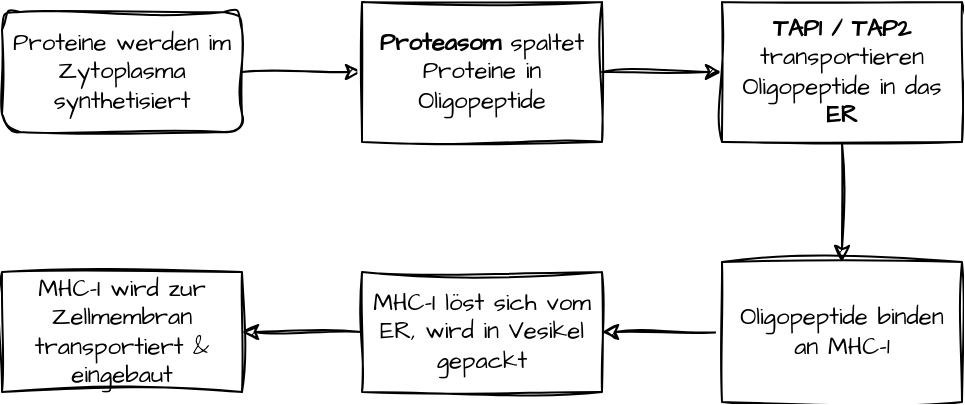
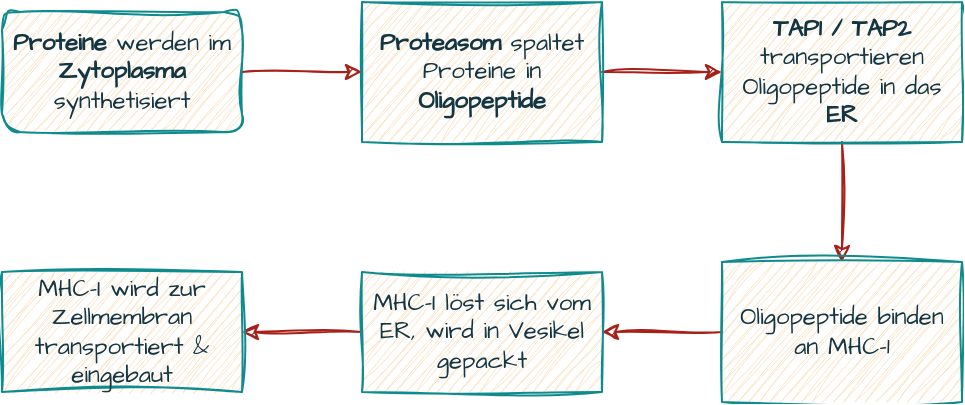
<mxfile host="app.diagrams.net">
  <diagram name="Seite-1" id="3T6dmeuWG0E3CaiEe-1n">
    <mxGraphModel dx="699" dy="434" grid="1" gridSize="10" guides="1" tooltips="1" connect="1" arrows="1" fold="1" page="1" pageScale="1" pageWidth="1169" pageHeight="1169" math="0" shadow="0">
      <root>
        <mxCell id="0" />
        <mxCell id="1" parent="0" />
-         <mxCell id="vtuHTFCv5K9JY3mDgwnT-8" edge="1" parent="1" source="vtuHTFCv5K9JY3mDgwnT-1" style="edgeStyle=orthogonalEdgeStyle;rounded=0;sketch=1;hachureGap=4;jiggle=2;curveFitting=1;orthogonalLoop=1;jettySize=auto;html=1;fontFamily=Architects Daughter;fontSource=https%3A%2F%2Ffonts.googleapis.com%2Fcss%3Ffamily%3DArchitects%2BDaughter;" target="vtuHTFCv5K9JY3mDgwnT-2">
+         <mxCell id="vtuHTFCv5K9JY3mDgwnT-8" edge="1" parent="1" source="vtuHTFCv5K9JY3mDgwnT-1" style="edgeStyle=orthogonalEdgeStyle;rounded=0;sketch=1;hachureGap=4;jiggle=2;curveFitting=1;orthogonalLoop=1;jettySize=auto;html=1;fontFamily=Architects Daughter;fontSource=https%3A%2F%2Ffonts.googleapis.com%2Fcss%3Ffamily%3DArchitects%2BDaughter;labelBackgroundColor=none;strokeColor=#A8201A;fontColor=default;" target="vtuHTFCv5K9JY3mDgwnT-2">
          <mxGeometry relative="1" as="geometry" />
        </mxCell>
-         <mxCell id="vtuHTFCv5K9JY3mDgwnT-1" parent="1" style="rounded=1;whiteSpace=wrap;html=1;sketch=1;hachureGap=4;jiggle=2;curveFitting=1;fontFamily=Architects Daughter;fontSource=https%3A%2F%2Ffonts.googleapis.com%2Fcss%3Ffamily%3DArchitects%2BDaughter;" value="Proteine werden im Zytoplasma synthetisiert" vertex="1">
+         <mxCell id="vtuHTFCv5K9JY3mDgwnT-1" parent="1" style="rounded=1;whiteSpace=wrap;html=1;sketch=1;hachureGap=4;jiggle=2;curveFitting=1;fontFamily=Architects Daughter;fontSource=https%3A%2F%2Ffonts.googleapis.com%2Fcss%3Ffamily%3DArchitects%2BDaughter;labelBackgroundColor=none;fillColor=#FAE5C7;strokeColor=#0F8B8D;fontColor=#143642;" value="&lt;b&gt;Proteine&lt;/b&gt; werden im &lt;b&gt;Zytoplasma&lt;/b&gt; synthetisiert" vertex="1">
          <mxGeometry height="60" width="120" x="170" y="130" as="geometry" />
        </mxCell>
-         <mxCell id="vtuHTFCv5K9JY3mDgwnT-9" edge="1" parent="1" source="vtuHTFCv5K9JY3mDgwnT-2" style="edgeStyle=orthogonalEdgeStyle;rounded=0;sketch=1;hachureGap=4;jiggle=2;curveFitting=1;orthogonalLoop=1;jettySize=auto;html=1;entryX=0;entryY=0.5;entryDx=0;entryDy=0;fontFamily=Architects Daughter;fontSource=https%3A%2F%2Ffonts.googleapis.com%2Fcss%3Ffamily%3DArchitects%2BDaughter;" target="vtuHTFCv5K9JY3mDgwnT-3">
+         <mxCell id="vtuHTFCv5K9JY3mDgwnT-9" edge="1" parent="1" source="vtuHTFCv5K9JY3mDgwnT-2" style="edgeStyle=orthogonalEdgeStyle;rounded=0;sketch=1;hachureGap=4;jiggle=2;curveFitting=1;orthogonalLoop=1;jettySize=auto;html=1;entryX=0;entryY=0.5;entryDx=0;entryDy=0;fontFamily=Architects Daughter;fontSource=https%3A%2F%2Ffonts.googleapis.com%2Fcss%3Ffamily%3DArchitects%2BDaughter;labelBackgroundColor=none;strokeColor=#A8201A;fontColor=default;" target="vtuHTFCv5K9JY3mDgwnT-3">
          <mxGeometry relative="1" as="geometry" />
        </mxCell>
-         <mxCell id="vtuHTFCv5K9JY3mDgwnT-2" parent="1" style="rounded=0;whiteSpace=wrap;html=1;sketch=1;hachureGap=4;jiggle=2;curveFitting=1;fontFamily=Architects Daughter;fontSource=https%3A%2F%2Ffonts.googleapis.com%2Fcss%3Ffamily%3DArchitects%2BDaughter;" value="&lt;b&gt;Proteasom&lt;/b&gt;&amp;nbsp;spaltet Proteine in Oligopeptide" vertex="1">
+         <mxCell id="vtuHTFCv5K9JY3mDgwnT-2" parent="1" style="rounded=0;whiteSpace=wrap;html=1;sketch=1;hachureGap=4;jiggle=2;curveFitting=1;fontFamily=Architects Daughter;fontSource=https%3A%2F%2Ffonts.googleapis.com%2Fcss%3Ffamily%3DArchitects%2BDaughter;labelBackgroundColor=none;fillColor=#FAE5C7;strokeColor=#0F8B8D;fontColor=#143642;" value="&lt;b&gt;Proteasom&lt;/b&gt;&amp;nbsp;spaltet Proteine in &lt;b&gt;Oligopeptide&lt;/b&gt;" vertex="1">
          <mxGeometry height="70" width="120" x="350" y="125" as="geometry" />
        </mxCell>
-         <mxCell id="vtuHTFCv5K9JY3mDgwnT-10" edge="1" parent="1" source="vtuHTFCv5K9JY3mDgwnT-3" style="edgeStyle=orthogonalEdgeStyle;rounded=0;sketch=1;hachureGap=4;jiggle=2;curveFitting=1;orthogonalLoop=1;jettySize=auto;html=1;fontFamily=Architects Daughter;fontSource=https%3A%2F%2Ffonts.googleapis.com%2Fcss%3Ffamily%3DArchitects%2BDaughter;" target="vtuHTFCv5K9JY3mDgwnT-5">
+         <mxCell id="vtuHTFCv5K9JY3mDgwnT-10" edge="1" parent="1" source="vtuHTFCv5K9JY3mDgwnT-3" style="edgeStyle=orthogonalEdgeStyle;rounded=0;sketch=1;hachureGap=4;jiggle=2;curveFitting=1;orthogonalLoop=1;jettySize=auto;html=1;fontFamily=Architects Daughter;fontSource=https%3A%2F%2Ffonts.googleapis.com%2Fcss%3Ffamily%3DArchitects%2BDaughter;labelBackgroundColor=none;strokeColor=#A8201A;fontColor=default;" target="vtuHTFCv5K9JY3mDgwnT-5">
          <mxGeometry relative="1" as="geometry" />
        </mxCell>
-         <mxCell id="vtuHTFCv5K9JY3mDgwnT-3" parent="1" style="whiteSpace=wrap;html=1;sketch=1;hachureGap=4;jiggle=2;curveFitting=1;fontFamily=Architects Daughter;fontSource=https%3A%2F%2Ffonts.googleapis.com%2Fcss%3Ffamily%3DArchitects%2BDaughter;" value="&lt;b&gt;TAP1 / TAP2 &lt;/b&gt;transportieren Oligopeptide in das &lt;b&gt;ER&lt;/b&gt;" vertex="1">
+         <mxCell id="vtuHTFCv5K9JY3mDgwnT-3" parent="1" style="whiteSpace=wrap;html=1;sketch=1;hachureGap=4;jiggle=2;curveFitting=1;fontFamily=Architects Daughter;fontSource=https%3A%2F%2Ffonts.googleapis.com%2Fcss%3Ffamily%3DArchitects%2BDaughter;labelBackgroundColor=none;fillColor=#FAE5C7;strokeColor=#0F8B8D;fontColor=#143642;" value="&lt;b&gt;TAP1 / TAP2 &lt;/b&gt;transportieren Oligopeptide in das &lt;b&gt;ER&lt;/b&gt;" vertex="1">
          <mxGeometry height="70" width="120" x="530" y="125" as="geometry" />
        </mxCell>
-         <mxCell id="vtuHTFCv5K9JY3mDgwnT-11" edge="1" parent="1" source="vtuHTFCv5K9JY3mDgwnT-5" style="edgeStyle=orthogonalEdgeStyle;rounded=0;sketch=1;hachureGap=4;jiggle=2;curveFitting=1;orthogonalLoop=1;jettySize=auto;html=1;fontFamily=Architects Daughter;fontSource=https%3A%2F%2Ffonts.googleapis.com%2Fcss%3Ffamily%3DArchitects%2BDaughter;" target="vtuHTFCv5K9JY3mDgwnT-6">
+         <mxCell id="vtuHTFCv5K9JY3mDgwnT-11" edge="1" parent="1" source="vtuHTFCv5K9JY3mDgwnT-5" style="edgeStyle=orthogonalEdgeStyle;rounded=0;sketch=1;hachureGap=4;jiggle=2;curveFitting=1;orthogonalLoop=1;jettySize=auto;html=1;fontFamily=Architects Daughter;fontSource=https%3A%2F%2Ffonts.googleapis.com%2Fcss%3Ffamily%3DArchitects%2BDaughter;labelBackgroundColor=none;strokeColor=#A8201A;fontColor=default;" target="vtuHTFCv5K9JY3mDgwnT-6">
          <mxGeometry relative="1" as="geometry" />
        </mxCell>
-         <mxCell id="vtuHTFCv5K9JY3mDgwnT-5" parent="1" style="whiteSpace=wrap;html=1;sketch=1;hachureGap=4;jiggle=2;curveFitting=1;fontFamily=Architects Daughter;fontSource=https://fonts.googleapis.com/css?family=Architects+Daughter;" value="Oligopeptide binden an MHC-1" vertex="1">
+         <mxCell id="vtuHTFCv5K9JY3mDgwnT-5" parent="1" style="whiteSpace=wrap;html=1;sketch=1;hachureGap=4;jiggle=2;curveFitting=1;fontFamily=Architects Daughter;fontSource=https://fonts.googleapis.com/css?family=Architects+Daughter;labelBackgroundColor=none;fillColor=#FAE5C7;strokeColor=#0F8B8D;fontColor=#143642;" value="Oligopeptide binden an MHC-1" vertex="1">
          <mxGeometry height="70" width="120" x="530" y="255" as="geometry" />
        </mxCell>
-         <mxCell id="vtuHTFCv5K9JY3mDgwnT-12" edge="1" parent="1" source="vtuHTFCv5K9JY3mDgwnT-6" style="edgeStyle=orthogonalEdgeStyle;rounded=0;sketch=1;hachureGap=4;jiggle=2;curveFitting=1;orthogonalLoop=1;jettySize=auto;html=1;entryX=1;entryY=0.5;entryDx=0;entryDy=0;fontFamily=Architects Daughter;fontSource=https%3A%2F%2Ffonts.googleapis.com%2Fcss%3Ffamily%3DArchitects%2BDaughter;" target="vtuHTFCv5K9JY3mDgwnT-7">
+         <mxCell id="vtuHTFCv5K9JY3mDgwnT-12" edge="1" parent="1" source="vtuHTFCv5K9JY3mDgwnT-6" style="edgeStyle=orthogonalEdgeStyle;rounded=0;sketch=1;hachureGap=4;jiggle=2;curveFitting=1;orthogonalLoop=1;jettySize=auto;html=1;entryX=1;entryY=0.5;entryDx=0;entryDy=0;fontFamily=Architects Daughter;fontSource=https%3A%2F%2Ffonts.googleapis.com%2Fcss%3Ffamily%3DArchitects%2BDaughter;labelBackgroundColor=none;strokeColor=#A8201A;fontColor=default;" target="vtuHTFCv5K9JY3mDgwnT-7">
          <mxGeometry relative="1" as="geometry" />
        </mxCell>
-         <mxCell id="vtuHTFCv5K9JY3mDgwnT-6" parent="1" style="whiteSpace=wrap;html=1;sketch=1;hachureGap=4;jiggle=2;curveFitting=1;fontFamily=Architects Daughter;fontSource=https%3A%2F%2Ffonts.googleapis.com%2Fcss%3Ffamily%3DArchitects%2BDaughter;" value="MHC-I löst sich vom ER, wird in Vesikel gepackt" vertex="1">
+         <mxCell id="vtuHTFCv5K9JY3mDgwnT-6" parent="1" style="whiteSpace=wrap;html=1;sketch=1;hachureGap=4;jiggle=2;curveFitting=1;fontFamily=Architects Daughter;fontSource=https%3A%2F%2Ffonts.googleapis.com%2Fcss%3Ffamily%3DArchitects%2BDaughter;labelBackgroundColor=none;fillColor=#FAE5C7;strokeColor=#0F8B8D;fontColor=#143642;" value="MHC-I löst sich vom ER, wird in Vesikel gepackt" vertex="1">
          <mxGeometry height="60" width="120" x="350" y="260" as="geometry" />
        </mxCell>
-         <mxCell id="vtuHTFCv5K9JY3mDgwnT-7" parent="1" style="whiteSpace=wrap;html=1;sketch=1;hachureGap=4;jiggle=2;curveFitting=1;fontFamily=Architects Daughter;fontSource=https%3A%2F%2Ffonts.googleapis.com%2Fcss%3Ffamily%3DArchitects%2BDaughter;" value="MHC-I wird zur Zellmembran transportiert &amp;amp; eingebaut" vertex="1">
+         <mxCell id="vtuHTFCv5K9JY3mDgwnT-7" parent="1" style="whiteSpace=wrap;html=1;sketch=1;hachureGap=4;jiggle=2;curveFitting=1;fontFamily=Architects Daughter;fontSource=https%3A%2F%2Ffonts.googleapis.com%2Fcss%3Ffamily%3DArchitects%2BDaughter;labelBackgroundColor=none;fillColor=#FAE5C7;strokeColor=#0F8B8D;fontColor=#143642;" value="MHC-I wird zur Zellmembran transportiert &amp;amp; eingebaut" vertex="1">
          <mxGeometry height="60" width="120" x="170" y="260" as="geometry" />
        </mxCell>
      </root>
    </mxGraphModel>
  </diagram>
</mxfile>
